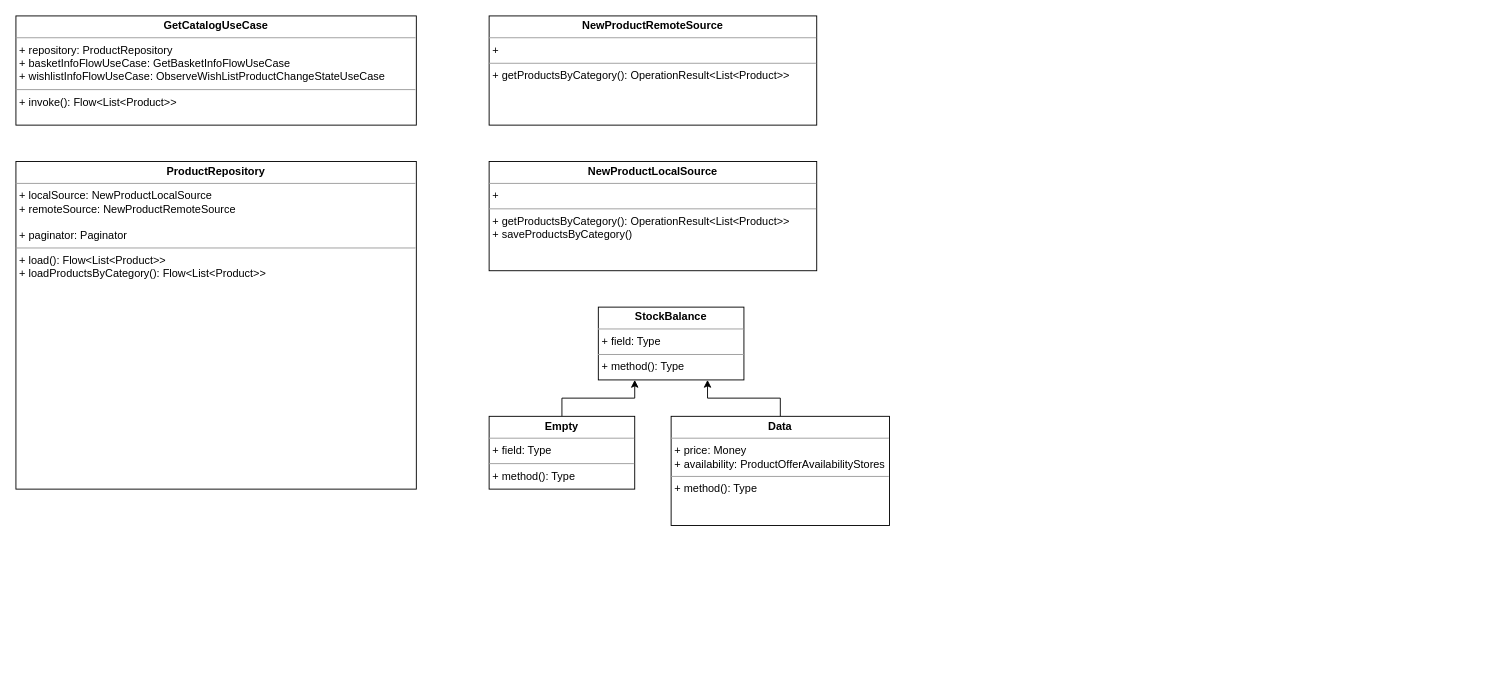
Before: Каталог.drawio in ShiryaevNikolay/diagrams, a draw.io diagram. Source tidied: cells renumbered, new cells numbered last; positions are measured from the earlier drawing's top-left corner, leaving out a move shared by most shapes. Both pictures are drawn from the tidied source at 91%, with x=0, y=0 at pixel (15, 15).
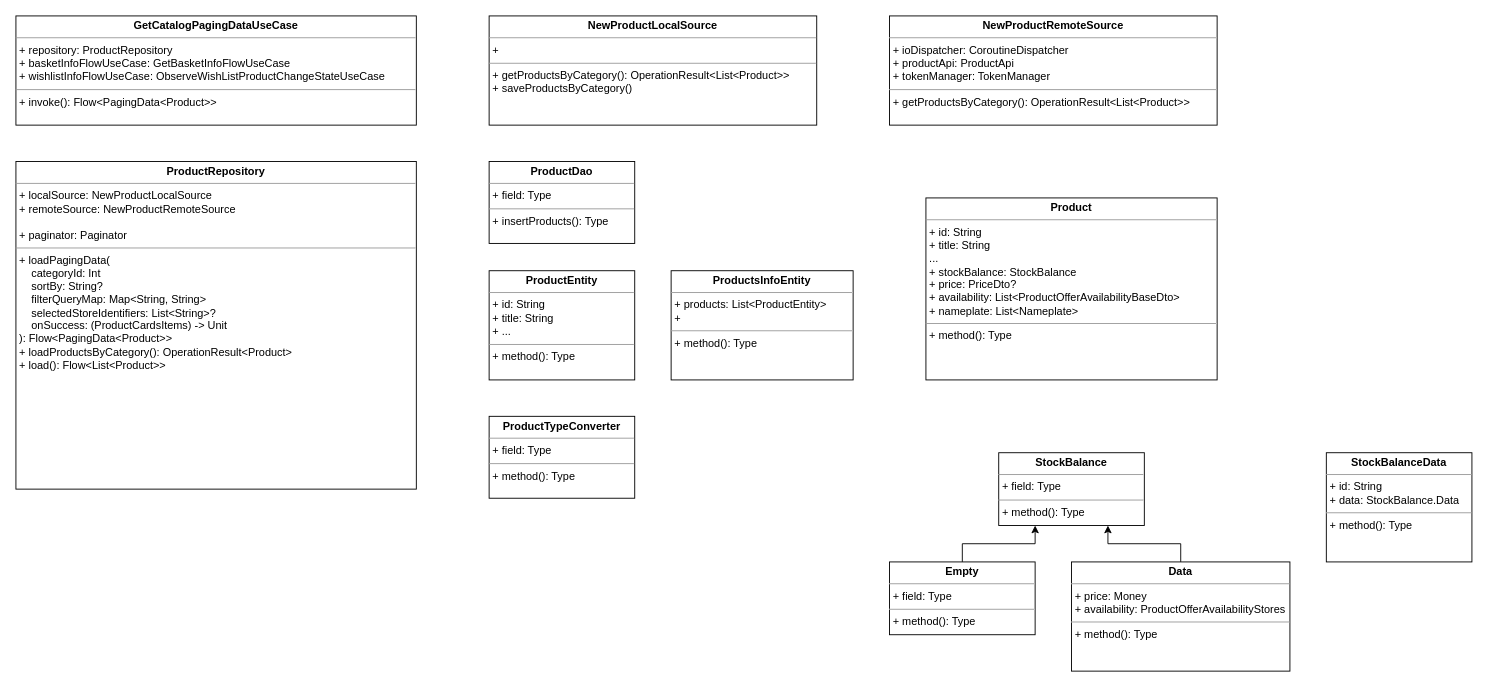
The same page after the edit.

Diff of the diagram source:
```diff
@@
 <mxGraphModel>
   <root>
     <mxCell id="0" />
     <mxCell id="1" parent="0" />
-    <mxCell id="2" value="&lt;p style=&quot;margin:0px;margin-top:4px;text-align:center;&quot;&gt;&lt;b&gt;GetCatalogUseCase&lt;/b&gt;&lt;/p&gt;&lt;hr size=&quot;1&quot;&gt;&lt;p style=&quot;margin:0px;margin-left:4px;&quot;&gt;+ repository: ProductRepository&lt;br&gt;&lt;/p&gt;&lt;p style=&quot;margin:0px;margin-left:4px;&quot;&gt;+ basketInfoFlowUseCase: GetBasketInfoFlowUseCase&lt;/p&gt;&lt;p style=&quot;margin:0px;margin-left:4px;&quot;&gt;+ wishlistInfoFlowUseCase: ObserveWishListProductChangeStateUseCase&lt;br&gt;&lt;/p&gt;&lt;hr size=&quot;1&quot;&gt;&lt;p style=&quot;margin:0px;margin-left:4px;&quot;&gt;+ invoke(): Flow&amp;lt;List&amp;lt;Product&amp;gt;&amp;gt;&lt;/p&gt;" style="verticalAlign=top;align=left;overflow=fill;fontSize=12;fontFamily=Helvetica;html=1;whiteSpace=wrap;" parent="1" vertex="1">
+    <mxCell id="2" value="&lt;p style=&quot;margin:0px;margin-top:4px;text-align:center;&quot;&gt;&lt;b&gt;GetCatalogPagingDataUseCase&lt;/b&gt;&lt;/p&gt;&lt;hr size=&quot;1&quot;&gt;&lt;p style=&quot;margin:0px;margin-left:4px;&quot;&gt;+ repository: ProductRepository&lt;br&gt;&lt;/p&gt;&lt;p style=&quot;margin:0px;margin-left:4px;&quot;&gt;+ basketInfoFlowUseCase: GetBasketInfoFlowUseCase&lt;/p&gt;&lt;p style=&quot;margin:0px;margin-left:4px;&quot;&gt;+ wishlistInfoFlowUseCase: ObserveWishListProductChangeStateUseCase&lt;br&gt;&lt;/p&gt;&lt;hr size=&quot;1&quot;&gt;&lt;p style=&quot;margin:0px;margin-left:4px;&quot;&gt;+ invoke(): Flow&amp;lt;PagingData&amp;lt;Product&amp;gt;&amp;gt;&lt;/p&gt;" style="verticalAlign=top;align=left;overflow=fill;fontSize=12;fontFamily=Helvetica;html=1;whiteSpace=wrap;" parent="1" vertex="1">
       <mxGeometry width="440" height="120" as="geometry" />
     </mxCell>
-    <mxCell id="3" value="&lt;p style=&quot;margin:0px;margin-top:4px;text-align:center;&quot;&gt;&lt;b&gt;ProductRepository&lt;/b&gt;&lt;/p&gt;&lt;hr size=&quot;1&quot;&gt;&lt;p style=&quot;margin:0px;margin-left:4px;&quot;&gt;+ localSource: NewProductLocalSource&lt;/p&gt;&lt;p style=&quot;margin:0px;margin-left:4px;&quot;&gt;+ remoteSource: NewProductRemoteSource&lt;/p&gt;&lt;p style=&quot;margin:0px;margin-left:4px;&quot;&gt;&lt;br&gt;&lt;/p&gt;&lt;p style=&quot;margin:0px;margin-left:4px;&quot;&gt;+ paginator: Paginator&lt;br&gt;&lt;/p&gt;&lt;hr size=&quot;1&quot;&gt;&lt;p style=&quot;margin:0px;margin-left:4px;&quot;&gt;+ load(): Flow&amp;lt;List&amp;lt;Product&amp;gt;&amp;gt;&lt;/p&gt;&lt;p style=&quot;margin:0px;margin-left:4px;&quot;&gt;+ loadProductsByCategory(): Flow&amp;lt;List&amp;lt;Product&amp;gt;&amp;gt;&lt;br&gt;&lt;/p&gt;" style="verticalAlign=top;align=left;overflow=fill;fontSize=12;fontFamily=Helvetica;html=1;whiteSpace=wrap;" parent="1" vertex="1">
+    <mxCell id="3" value="&lt;p style=&quot;margin:0px;margin-top:4px;text-align:center;&quot;&gt;&lt;b&gt;ProductRepository&lt;/b&gt;&lt;/p&gt;&lt;hr size=&quot;1&quot;&gt;&lt;p style=&quot;margin:0px;margin-left:4px;&quot;&gt;+ localSource: NewProductLocalSource&lt;/p&gt;&lt;p style=&quot;margin:0px;margin-left:4px;&quot;&gt;+ remoteSource: NewProductRemoteSource&lt;/p&gt;&lt;p style=&quot;margin:0px;margin-left:4px;&quot;&gt;&lt;br&gt;&lt;/p&gt;&lt;p style=&quot;margin:0px;margin-left:4px;&quot;&gt;+ paginator: Paginator&lt;br&gt;&lt;/p&gt;&lt;hr size=&quot;1&quot;&gt;&lt;p style=&quot;margin:0px;margin-left:4px;&quot;&gt;+ loadPagingData(&lt;/p&gt;&lt;p style=&quot;margin:0px;margin-left:4px;&quot;&gt;&lt;span style=&quot;&quot;&gt;&lt;span style=&quot;white-space: pre;&quot;&gt;&amp;nbsp;&amp;nbsp;&amp;nbsp;&amp;nbsp;&lt;/span&gt;&lt;/span&gt;categoryId: Int&lt;br&gt;&amp;nbsp;&amp;nbsp;&amp;nbsp; sortBy: String?&lt;br&gt;&amp;nbsp;&amp;nbsp;&amp;nbsp; filterQueryMap: Map&amp;lt;String, String&amp;gt;&lt;br&gt;&amp;nbsp;&amp;nbsp;&amp;nbsp; selectedStoreIdentifiers: List&amp;lt;String&amp;gt;?&lt;/p&gt;&lt;p style=&quot;margin:0px;margin-left:4px;&quot;&gt;&lt;span style=&quot;&quot;&gt;&lt;span style=&quot;white-space: pre;&quot;&gt;&amp;nbsp;&amp;nbsp;&amp;nbsp;&amp;nbsp;&lt;/span&gt;&lt;/span&gt;onSuccess: (ProductCardsItems) -&amp;gt; Unit&lt;br&gt;&lt;/p&gt;&lt;p style=&quot;margin:0px;margin-left:4px;&quot;&gt;): Flow&amp;lt;PagingData&amp;lt;Product&amp;gt;&amp;gt;&lt;/p&gt;&lt;p style=&quot;margin:0px;margin-left:4px;&quot;&gt;+ loadProductsByCategory(): OperationResult&amp;lt;Product&amp;gt;&lt;/p&gt;&lt;p style=&quot;margin:0px;margin-left:4px;&quot;&gt;+ load(): Flow&amp;lt;List&amp;lt;Product&amp;gt;&amp;gt;&lt;br&gt;&lt;/p&gt;" style="verticalAlign=top;align=left;overflow=fill;fontSize=12;fontFamily=Helvetica;html=1;whiteSpace=wrap;" parent="1" vertex="1">
       <mxGeometry y="160" width="440" height="360" as="geometry" />
     </mxCell>
-    <mxCell id="4" value="&lt;p style=&quot;margin:0px;margin-top:4px;text-align:center;&quot;&gt;&lt;b&gt;NewProductRemoteSource&lt;/b&gt;&lt;/p&gt;&lt;hr size=&quot;1&quot;&gt;&lt;p style=&quot;margin:0px;margin-left:4px;&quot;&gt;+ &lt;br&gt;&lt;/p&gt;&lt;hr size=&quot;1&quot;&gt;&lt;p style=&quot;margin:0px;margin-left:4px;&quot;&gt;+ getProductsByCategory(): OperationResult&amp;lt;List&amp;lt;Product&amp;gt;&amp;gt;&lt;/p&gt;" style="verticalAlign=top;align=left;overflow=fill;fontSize=12;fontFamily=Helvetica;html=1;whiteSpace=wrap;" parent="1" vertex="1">
-      <mxGeometry x="520" width="360" height="120" as="geometry" />
+    <mxCell id="4" value="&lt;p style=&quot;margin:0px;margin-top:4px;text-align:center;&quot;&gt;&lt;b&gt;NewProductRemoteSource&lt;/b&gt;&lt;/p&gt;&lt;hr size=&quot;1&quot;&gt;&lt;p style=&quot;margin:0px;margin-left:4px;&quot;&gt;+ ioDispatcher: CoroutineDispatcher&lt;/p&gt;&lt;p style=&quot;margin:0px;margin-left:4px;&quot;&gt;+ productApi: ProductApi&lt;/p&gt;&lt;p style=&quot;margin:0px;margin-left:4px;&quot;&gt;+ tokenManager: TokenManager&lt;br&gt;&lt;/p&gt;&lt;hr size=&quot;1&quot;&gt;&lt;p style=&quot;margin:0px;margin-left:4px;&quot;&gt;+ getProductsByCategory(): OperationResult&amp;lt;List&amp;lt;Product&amp;gt;&amp;gt;&lt;/p&gt;" style="verticalAlign=top;align=left;overflow=fill;fontSize=12;fontFamily=Helvetica;html=1;whiteSpace=wrap;" parent="1" vertex="1">
+      <mxGeometry x="960" width="360" height="120" as="geometry" />
     </mxCell>
     <mxCell id="5" value="&lt;p style=&quot;margin:0px;margin-top:4px;text-align:center;&quot;&gt;&lt;b&gt;NewProductLocalSource&lt;/b&gt;&lt;/p&gt;&lt;hr size=&quot;1&quot;&gt;&lt;p style=&quot;margin:0px;margin-left:4px;&quot;&gt;+ &lt;br&gt;&lt;/p&gt;&lt;hr size=&quot;1&quot;&gt;&lt;p style=&quot;margin:0px;margin-left:4px;&quot;&gt;+ getProductsByCategory(): OperationResult&amp;lt;List&amp;lt;Product&amp;gt;&amp;gt;&lt;/p&gt;&lt;p style=&quot;margin:0px;margin-left:4px;&quot;&gt;+ saveProductsByCategory()&lt;/p&gt;" style="verticalAlign=top;align=left;overflow=fill;fontSize=12;fontFamily=Helvetica;html=1;whiteSpace=wrap;" parent="1" vertex="1">
-      <mxGeometry x="520" y="160" width="360" height="120" as="geometry" />
+      <mxGeometry x="520" width="360" height="120" as="geometry" />
     </mxCell>
     <mxCell id="6" value="&lt;p style=&quot;margin:0px;margin-top:4px;text-align:center;&quot;&gt;&lt;b&gt;StockBalance&lt;/b&gt;&lt;/p&gt;&lt;hr size=&quot;1&quot;&gt;&lt;p style=&quot;margin:0px;margin-left:4px;&quot;&gt;+ field: Type&lt;/p&gt;&lt;hr size=&quot;1&quot;&gt;&lt;p style=&quot;margin:0px;margin-left:4px;&quot;&gt;+ method(): Type&lt;/p&gt;" style="verticalAlign=top;align=left;overflow=fill;fontSize=12;fontFamily=Helvetica;html=1;whiteSpace=wrap;" parent="1" vertex="1">
-      <mxGeometry x="640" y="320" width="160" height="80" as="geometry" />
+      <mxGeometry x="1080" y="480" width="160" height="80" as="geometry" />
     </mxCell>
     <mxCell id="7" style="edgeStyle=orthogonalEdgeStyle;rounded=0;jettySize=auto;html=1;entryX=0.25;entryY=1;entryDx=0;entryDy=0;" parent="1" edge="1" source="8" target="6">
       <mxGeometry relative="1" as="geometry" />
     </mxCell>
     <mxCell id="8" value="&lt;p style=&quot;margin:0px;margin-top:4px;text-align:center;&quot;&gt;&lt;b&gt;Empty&lt;/b&gt;&lt;/p&gt;&lt;hr size=&quot;1&quot;&gt;&lt;p style=&quot;margin:0px;margin-left:4px;&quot;&gt;+ field: Type&lt;/p&gt;&lt;hr size=&quot;1&quot;&gt;&lt;p style=&quot;margin:0px;margin-left:4px;&quot;&gt;+ method(): Type&lt;/p&gt;" style="verticalAlign=top;align=left;overflow=fill;fontSize=12;fontFamily=Helvetica;html=1;whiteSpace=wrap;" parent="1" vertex="1">
-      <mxGeometry x="520" y="440" width="160" height="80" as="geometry" />
+      <mxGeometry x="960" y="600" width="160" height="80" as="geometry" />
     </mxCell>
     <mxCell id="9" style="edgeStyle=orthogonalEdgeStyle;rounded=0;jettySize=auto;html=1;entryX=0.75;entryY=1;entryDx=0;entryDy=0;" parent="1" edge="1" source="10" target="6">
       <mxGeometry relative="1" as="geometry" />
     </mxCell>
     <mxCell id="10" value="&lt;p style=&quot;margin:0px;margin-top:4px;text-align:center;&quot;&gt;&lt;b&gt;Data&lt;/b&gt;&lt;/p&gt;&lt;hr size=&quot;1&quot;&gt;&lt;p style=&quot;margin:0px;margin-left:4px;&quot;&gt;+ price: Money&lt;/p&gt;&lt;p style=&quot;margin:0px;margin-left:4px;&quot;&gt;+ availability: ProductOfferAvailabilityStores&lt;br&gt;&lt;/p&gt;&lt;hr size=&quot;1&quot;&gt;&lt;p style=&quot;margin:0px;margin-left:4px;&quot;&gt;+ method(): Type&lt;/p&gt;" style="verticalAlign=top;align=left;overflow=fill;fontSize=12;fontFamily=Helvetica;html=1;whiteSpace=wrap;" parent="1" vertex="1">
-      <mxGeometry x="720" y="440" width="240" height="120" as="geometry" />
+      <mxGeometry x="1160" y="600" width="240" height="120" as="geometry" />
     </mxCell>
+    <mxCell id="11" value="&lt;p style=&quot;margin:0px;margin-top:4px;text-align:center;&quot;&gt;&lt;b&gt;Product&lt;/b&gt;&lt;br&gt;&lt;/p&gt;&lt;hr size=&quot;1&quot;&gt;&lt;p style=&quot;margin:0px;margin-left:4px;&quot;&gt;+ id: String&lt;/p&gt;&lt;p style=&quot;margin:0px;margin-left:4px;&quot;&gt;+ title: String&lt;/p&gt;&lt;p style=&quot;margin:0px;margin-left:4px;&quot;&gt;...&lt;/p&gt;&lt;p style=&quot;margin:0px;margin-left:4px;&quot;&gt;+ stockBalance: StockBalance&lt;/p&gt;&lt;p style=&quot;margin:0px;margin-left:4px;&quot;&gt;+ price: PriceDto?&lt;/p&gt;&lt;p style=&quot;margin:0px;margin-left:4px;&quot;&gt;+ availability: List&amp;lt;ProductOfferAvailabilityBaseDto&amp;gt;&lt;/p&gt;&lt;p style=&quot;margin:0px;margin-left:4px;&quot;&gt;+ nameplate: List&amp;lt;Nameplate&amp;gt;&lt;br&gt;&lt;/p&gt;&lt;hr size=&quot;1&quot;&gt;&lt;p style=&quot;margin:0px;margin-left:4px;&quot;&gt;+ method(): Type&lt;/p&gt;" style="verticalAlign=top;align=left;overflow=fill;fontSize=12;fontFamily=Helvetica;html=1;whiteSpace=wrap;" parent="1" vertex="1">
+      <mxGeometry x="1000" y="200" width="320" height="200" as="geometry" />
+    </mxCell>
+    <mxCell id="12" value="&lt;p style=&quot;margin:0px;margin-top:4px;text-align:center;&quot;&gt;&lt;b&gt;StockBalanceData&lt;/b&gt;&lt;/p&gt;&lt;hr size=&quot;1&quot;&gt;&lt;p style=&quot;margin:0px;margin-left:4px;&quot;&gt;+ id: String&lt;/p&gt;&lt;p style=&quot;margin:0px;margin-left:4px;&quot;&gt;+ data: StockBalance.Data&lt;br&gt;&lt;/p&gt;&lt;hr size=&quot;1&quot;&gt;&lt;p style=&quot;margin:0px;margin-left:4px;&quot;&gt;+ method(): Type&lt;/p&gt;" style="verticalAlign=top;align=left;overflow=fill;fontSize=12;fontFamily=Helvetica;html=1;whiteSpace=wrap;" parent="1" vertex="1">
+      <mxGeometry x="1440" y="480" width="160" height="120" as="geometry" />
+    </mxCell>
+    <mxCell id="13" value="&lt;p style=&quot;margin:0px;margin-top:4px;text-align:center;&quot;&gt;&lt;b&gt;ProductDao&lt;/b&gt;&lt;/p&gt;&lt;hr size=&quot;1&quot;&gt;&lt;p style=&quot;margin:0px;margin-left:4px;&quot;&gt;+ field: Type&lt;/p&gt;&lt;hr size=&quot;1&quot;&gt;&lt;p style=&quot;margin:0px;margin-left:4px;&quot;&gt;+ insertProducts(): Type&lt;/p&gt;" style="verticalAlign=top;align=left;overflow=fill;fontSize=12;fontFamily=Helvetica;html=1;whiteSpace=wrap;" parent="1" vertex="1">
+      <mxGeometry x="520" y="160" width="160" height="90" as="geometry" />
+    </mxCell>
+    <mxCell id="14" value="&lt;p style=&quot;margin:0px;margin-top:4px;text-align:center;&quot;&gt;&lt;b&gt;ProductEntity&lt;/b&gt;&lt;/p&gt;&lt;hr size=&quot;1&quot;&gt;&lt;p style=&quot;margin:0px;margin-left:4px;&quot;&gt;+ id: String&lt;/p&gt;&lt;p style=&quot;margin:0px;margin-left:4px;&quot;&gt;+ title: String&lt;/p&gt;&lt;p style=&quot;margin:0px;margin-left:4px;&quot;&gt;+ ...&lt;br&gt;&lt;/p&gt;&lt;hr size=&quot;1&quot;&gt;&lt;p style=&quot;margin:0px;margin-left:4px;&quot;&gt;+ method(): Type&lt;/p&gt;" style="verticalAlign=top;align=left;overflow=fill;fontSize=12;fontFamily=Helvetica;html=1;whiteSpace=wrap;" parent="1" vertex="1">
+      <mxGeometry x="520" y="280" width="160" height="120" as="geometry" />
+    </mxCell>
+    <mxCell id="15" value="&lt;p style=&quot;margin:0px;margin-top:4px;text-align:center;&quot;&gt;&lt;b&gt;ProductsInfoEntity&lt;/b&gt;&lt;/p&gt;&lt;hr size=&quot;1&quot;&gt;&lt;p style=&quot;margin:0px;margin-left:4px;&quot;&gt;+ products: List&amp;lt;ProductEntity&amp;gt;&lt;/p&gt;&lt;p style=&quot;margin:0px;margin-left:4px;&quot;&gt;+ &lt;br&gt;&lt;/p&gt;&lt;hr size=&quot;1&quot;&gt;&lt;p style=&quot;margin:0px;margin-left:4px;&quot;&gt;+ method(): Type&lt;/p&gt;" style="verticalAlign=top;align=left;overflow=fill;fontSize=12;fontFamily=Helvetica;html=1;whiteSpace=wrap;" parent="1" vertex="1">
+      <mxGeometry x="720" y="280" width="200" height="120" as="geometry" />
+    </mxCell>
+    <mxCell id="16" value="&lt;p style=&quot;margin:0px;margin-top:4px;text-align:center;&quot;&gt;&lt;b&gt;ProductTypeConverter&lt;/b&gt;&lt;/p&gt;&lt;hr size=&quot;1&quot;&gt;&lt;p style=&quot;margin:0px;margin-left:4px;&quot;&gt;+ field: Type&lt;/p&gt;&lt;hr size=&quot;1&quot;&gt;&lt;p style=&quot;margin:0px;margin-left:4px;&quot;&gt;+ method(): Type&lt;/p&gt;" style="verticalAlign=top;align=left;overflow=fill;fontSize=12;fontFamily=Helvetica;html=1;whiteSpace=wrap;" parent="1" vertex="1">
+      <mxGeometry x="520" y="440" width="160" height="90" as="geometry" />
+    </mxCell>
   </root>
 </mxGraphModel>
```
